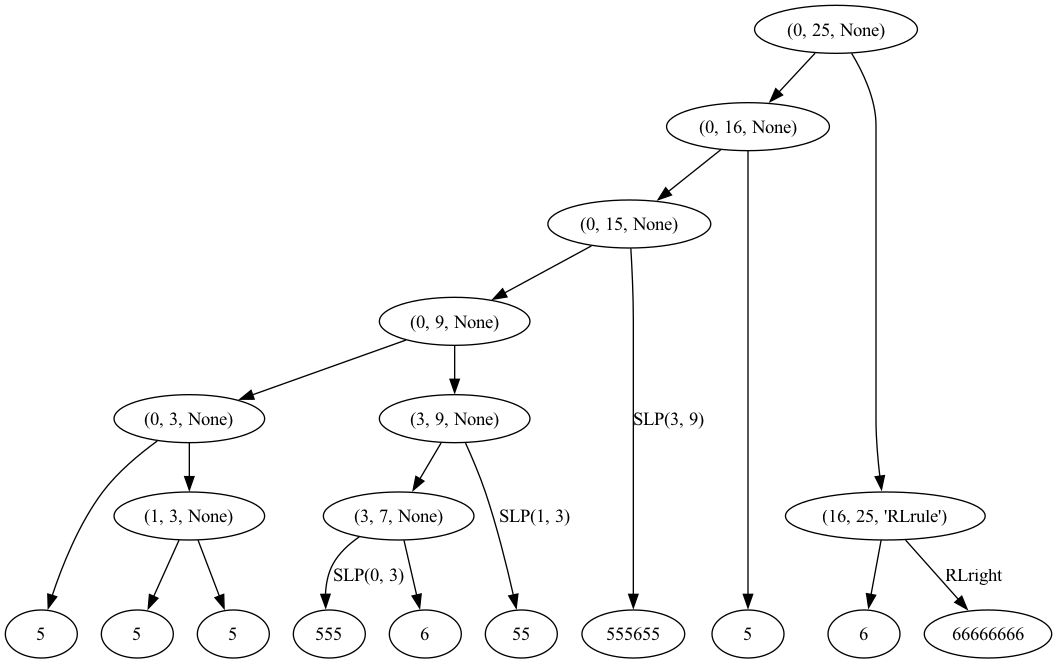
Earlier version of the Graphviz export result.png (it9lab/satcomp). Its source is kept beside it as result.dot. Source of this version:
```dot
digraph G {
  "(0, 1, 53)" [label="5"];
  "(0, 3, None)" -> "(0, 1, 53)";
  "(0, 3, None)" -> "(1, 3, None)";
  "(0, 25, None)" -> "(0, 16, None)";
  "(0, 25, None)" -> "(16, 25, 'RLrule')";
  "(0, 9, None)" -> "(0, 3, None)";
  "(0, 9, None)" -> "(3, 9, None)";
  "(0, 15, None)" -> "(0, 9, None)";
  "(0, 15, None)" -> "(9, 15, 3)" [label="SLP(3, 9)"];
  "(0, 16, None)" -> "(0, 15, None)";
  "(0, 16, None)" -> "(15, 16, 53)";
  "(1, 2, 53)" [label="5"];
  "(1, 3, None)" -> "(1, 2, 53)";
  "(1, 3, None)" -> "(2, 3, 53)";
  "(2, 3, 53)" [label="5"];
  "(3, 6, 0)" [label="555"];
  "(3, 9, None)" -> "(3, 7, None)";
  "(3, 9, None)" -> "(7, 9, 1)" [label="SLP(1, 3)"];
  "(3, 7, None)" -> "(3, 6, 0)" [label="SLP(0, 3)"];
  "(3, 7, None)" -> "(6, 7, 54)";
  "(6, 7, 54)" [label="6"];
  "(7, 9, 1)" [label="55"];
  "(9, 15, 3)" [label="555655"];
  "(15, 16, 53)" [label="5"];
  "(16, 17, 54)" [label="6"];
  "(16, 25, 'RLrule')" -> "(16, 17, 54)";
  "(16, 25, 'RLrule')" -> "(17, 25, 16)" [label="RLright"];
  "(17, 25, 16)" [label="66666666"];
  {rank=same; "(0, 1, 53)" "(1, 2, 53)" "(2, 3, 53)" "(3, 6, 0)" "(6, 7, 54)" "(7, 9, 1)" "(9, 15, 3)" "(15, 16, 53)" "(16, 17, 54)" "(17, 25, 16)" }
  ordering=out;
}
```
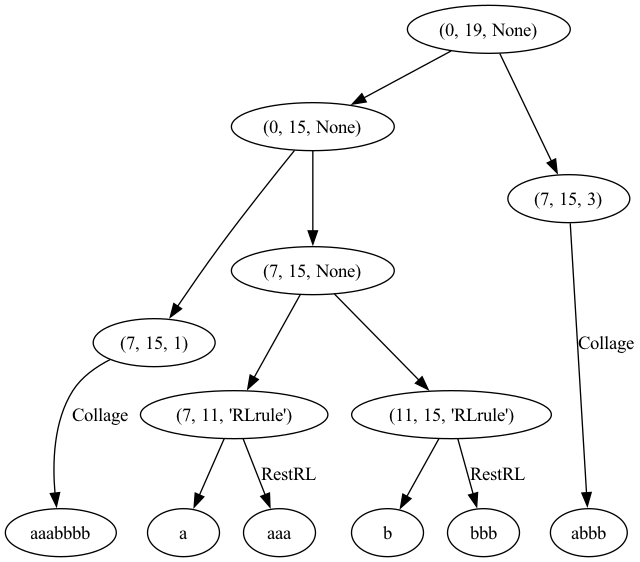
After the change.

Diff of the diagram source:
```diff
@@ -1,32 +1,22 @@
 digraph G {
-  "(0, 1, 53)" [label="5"];
-  "(0, 3, None)" -> "(0, 1, 53)";
-  "(0, 3, None)" -> "(1, 3, None)";
-  "(0, 25, None)" -> "(0, 16, None)";
-  "(0, 25, None)" -> "(16, 25, 'RLrule')";
-  "(0, 9, None)" -> "(0, 3, None)";
-  "(0, 9, None)" -> "(3, 9, None)";
-  "(0, 15, None)" -> "(0, 9, None)";
-  "(0, 15, None)" -> "(9, 15, 3)" [label="SLP(3, 9)"];
-  "(0, 16, None)" -> "(0, 15, None)";
-  "(0, 16, None)" -> "(15, 16, 53)";
-  "(1, 2, 53)" [label="5"];
-  "(1, 3, None)" -> "(1, 2, 53)";
-  "(1, 3, None)" -> "(2, 3, 53)";
-  "(2, 3, 53)" [label="5"];
-  "(3, 6, 0)" [label="555"];
-  "(3, 9, None)" -> "(3, 7, None)";
-  "(3, 9, None)" -> "(7, 9, 1)" [label="SLP(1, 3)"];
-  "(3, 7, None)" -> "(3, 6, 0)" [label="SLP(0, 3)"];
-  "(3, 7, None)" -> "(6, 7, 54)";
-  "(6, 7, 54)" [label="6"];
-  "(7, 9, 1)" [label="55"];
-  "(9, 15, 3)" [label="555655"];
-  "(15, 16, 53)" [label="5"];
-  "(16, 17, 54)" [label="6"];
-  "(16, 25, 'RLrule')" -> "(16, 17, 54)";
-  "(16, 25, 'RLrule')" -> "(17, 25, 16)" [label="RLright"];
-  "(17, 25, 16)" [label="66666666"];
-  {rank=same; "(0, 1, 53)" "(1, 2, 53)" "(2, 3, 53)" "(3, 6, 0)" "(6, 7, 54)" "(7, 9, 1)" "(9, 15, 3)" "(15, 16, 53)" "(16, 17, 54)" "(17, 25, 16)" }
+  "(0, 19, None)" -> "(0, 15, None)";
+  "(0, 19, None)" -> "(7, 15, 3)";
+  "(7, 15, 3)" -> "0"[label="Collage"];
+  "0" [label="abbb"];
+  "(0, 15, None)" -> "(7, 15, 1)";
+  "(7, 15, 1)" -> "1"[label="Collage"];
+  "1" [label="aaabbbb"];
+  "(0, 15, None)" -> "(7, 15, None)";
+  "(7, 8, 97)" [label="a"];
+  "(7, 11, 'RLrule')" -> "(7, 8, 97)";
+  "(7, 11, 'RLrule')" -> "(8, 11, 7)" [label="RestRL"];
+  "(7, 15, None)" -> "(7, 11, 'RLrule')";
+  "(7, 15, None)" -> "(11, 15, 'RLrule')";
+  "(8, 11, 7)" [label="aaa"];
+  "(11, 12, 98)" [label="b"];
+  "(11, 15, 'RLrule')" -> "(11, 12, 98)";
+  "(11, 15, 'RLrule')" -> "(12, 15, 11)" [label="RestRL"];
+  "(12, 15, 11)" [label="bbb"];
+  {rank=same; "1" "(7, 8, 97)" "(8, 11, 7)" "(11, 12, 98)" "(12, 15, 11)" "0" }
   ordering=out;
 }
```
